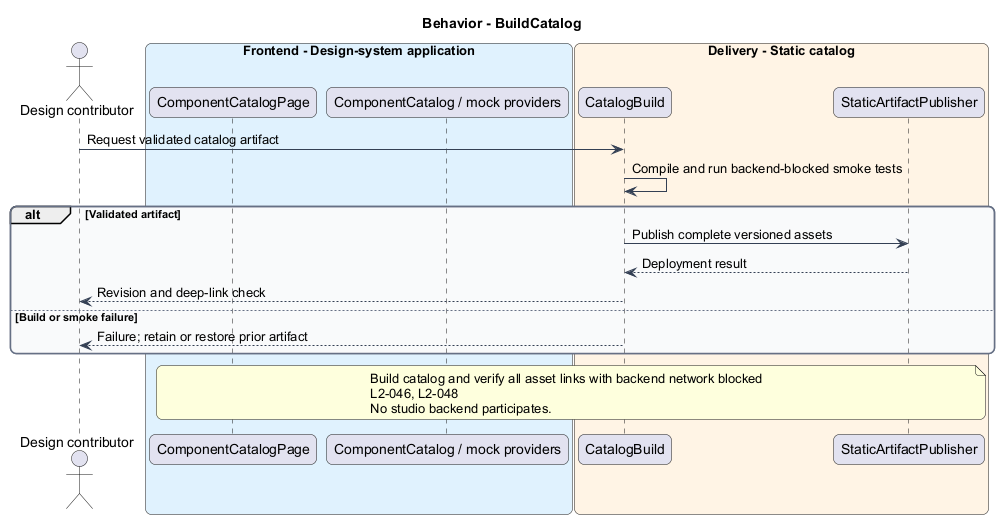
This is docs/detailed-designs/design-system/publish-static-catalog/diagrams/sequence-build-catalog.png from QuinntyneBrown/quinntyne-brown-studio, a PlantUML export, as it was before one commit. Its diagram source:
```plantuml
@startuml
skinparam backgroundColor #FFFFFF
skinparam shadowing false
skinparam roundcorner 12
skinparam defaultFontName Arial
skinparam ArrowColor #344054
skinparam rectangle {
  BorderColor #344054
  FontColor #101828
}
skinparam package {
  BorderColor #667085
  FontColor #101828
  BackgroundColor #F9FAFB
}
title Behavior - BuildCatalog
actor "Design contributor" as actor
box "Frontend - Design-system application" #E0F2FE
 participant "ComponentCatalogPage" as page
 participant "ComponentCatalog / mock providers" as client
end box
box "Delivery - Static catalog" #FFF4E5
 participant "CatalogBuild" as build
 participant "StaticArtifactPublisher" as host
end box
actor -> build : Request validated catalog artifact
build -> build : Compile and run backend-blocked smoke tests
alt Validated artifact
build -> host : Publish complete versioned assets
host --> build : Deployment result
build --> actor : Revision and deep-link check
else Build or smoke failure
build --> actor : Failure; retain or restore prior artifact
end
note over page, host
Build catalog and verify all asset links with backend network blocked
L2-046, L2-048
No studio backend participates.
end note
@enduml
```
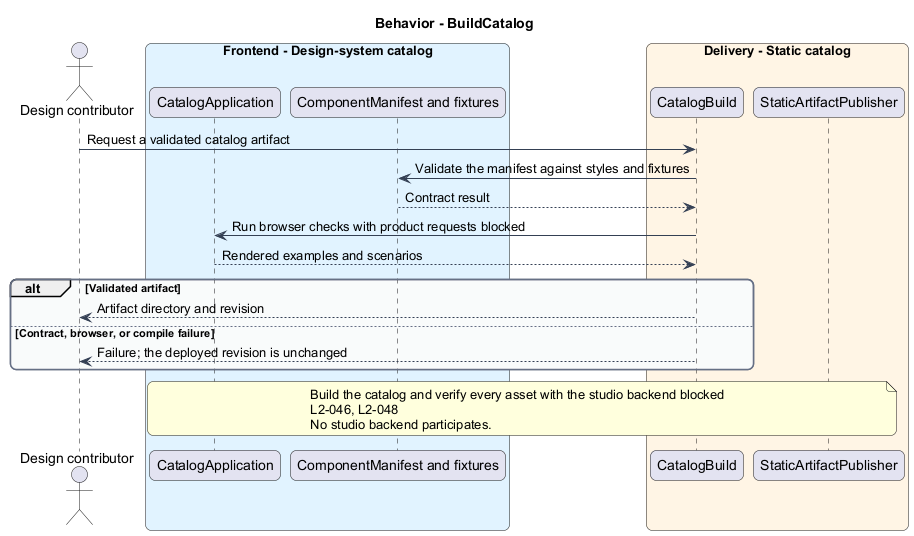
After the commit.

The edit, as a diff of the source:
```diff
@@ -15,25 +15,26 @@
 }
 title Behavior - BuildCatalog
 actor "Design contributor" as actor
-box "Frontend - Design-system application" #E0F2FE
- participant "ComponentCatalogPage" as page
- participant "ComponentCatalog / mock providers" as client
+box "Frontend - Design-system catalog" #E0F2FE
+ participant "CatalogApplication" as page
+ participant "ComponentManifest and fixtures" as client
 end box
 box "Delivery - Static catalog" #FFF4E5
  participant "CatalogBuild" as build
  participant "StaticArtifactPublisher" as host
 end box
-actor -> build : Request validated catalog artifact
-build -> build : Compile and run backend-blocked smoke tests
+actor -> build : Request a validated catalog artifact
+build -> client : Validate the manifest against styles and fixtures
+client --> build : Contract result
+build -> page : Run browser checks with product requests blocked
+page --> build : Rendered examples and scenarios
 alt Validated artifact
-build -> host : Publish complete versioned assets
-host --> build : Deployment result
-build --> actor : Revision and deep-link check
-else Build or smoke failure
-build --> actor : Failure; retain or restore prior artifact
+build --> actor : Artifact directory and revision
+else Contract, browser, or compile failure
+build --> actor : Failure; the deployed revision is unchanged
 end
 note over page, host
-Build catalog and verify all asset links with backend network blocked
+Build the catalog and verify every asset with the studio backend blocked
 L2-046, L2-048
 No studio backend participates.
 end note
```
